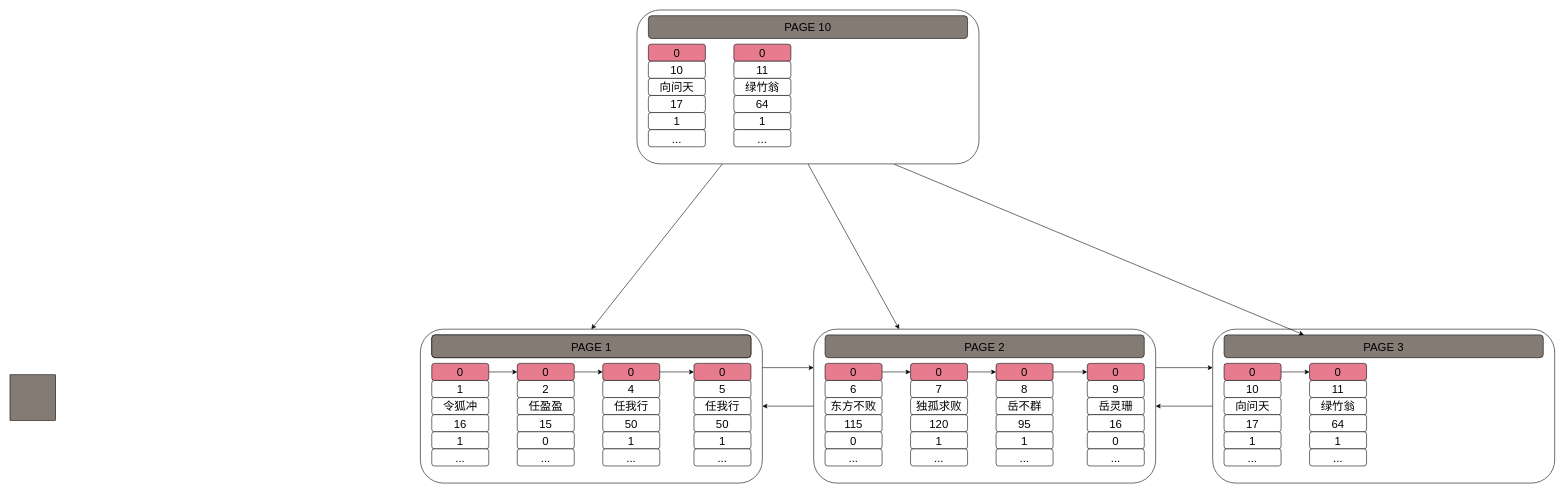
The draw.io diagram 未命名绘图.drawio in shenliuming/MySQLUML, before the edit. Source tidied: cells renumbered, new cells numbered last; positions are measured from the earlier drawing's top-left corner, leaving out a move shared by most shapes. Both pictures are drawn from the tidied source at 57%, with x=0, y=0 at pixel (10, 10).
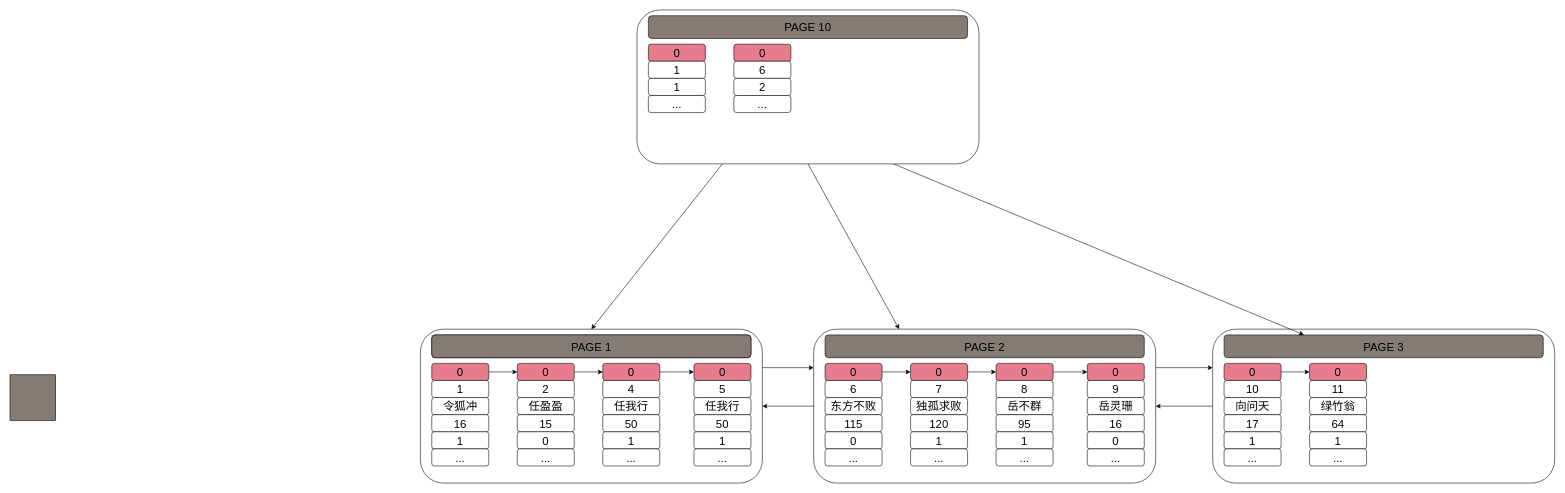
After the change.

Commit message (it also covers changes not shown here):
更新未命名绘图.drawio

Change to the diagram source:
```diff
@@
-    <mxCell id="86" value="10" style="rounded=1;whiteSpace=wrap;html=1;fontSize=20;" parent="1" vertex="1">
+    <mxCell id="86" value="1" style="rounded=1;whiteSpace=wrap;html=1;fontSize=20;" parent="1" vertex="1">
       <mxGeometry x="1120" y="90" width="100" height="30" as="geometry" />
     </mxCell>
-    <mxCell id="87" value="向问天" style="rounded=1;whiteSpace=wrap;html=1;fontSize=20;" parent="1" vertex="1">
+    <mxCell id="87" value="1" style="rounded=1;whiteSpace=wrap;html=1;fontSize=20;" parent="1" vertex="1">
       <mxGeometry x="1120" y="120" width="100" height="30" as="geometry" />
     </mxCell>
-    <mxCell id="88" value="17" style="rounded=1;whiteSpace=wrap;html=1;fontSize=20;" parent="1" vertex="1">
-      <mxGeometry x="1120" y="150" width="100" height="30" as="geometry" />
-    </mxCell>
-    <mxCell id="89" value="1" style="rounded=1;whiteSpace=wrap;html=1;fontSize=20;" parent="1" vertex="1">
-      <mxGeometry x="1120" y="180" width="100" height="30" as="geometry" />
-    </mxCell>
     <mxCell id="90" value="..." style="rounded=1;whiteSpace=wrap;html=1;fontSize=20;" parent="1" vertex="1">
-      <mxGeometry x="1120" y="210" width="100" height="30" as="geometry" />
+      <mxGeometry x="1120" y="150" width="100" height="30" as="geometry" />
     </mxCell>
@@
-    <mxCell id="92" value="11" style="rounded=1;whiteSpace=wrap;html=1;fontSize=20;" parent="1" vertex="1">
+    <mxCell id="92" value="6" style="rounded=1;whiteSpace=wrap;html=1;fontSize=20;" parent="1" vertex="1">
       <mxGeometry x="1270" y="90" width="100" height="30" as="geometry" />
     </mxCell>
-    <mxCell id="93" value="绿竹翁" style="rounded=1;whiteSpace=wrap;html=1;fontSize=20;" parent="1" vertex="1">
+    <mxCell id="93" value="2" style="rounded=1;whiteSpace=wrap;html=1;fontSize=20;" parent="1" vertex="1">
       <mxGeometry x="1270" y="120" width="100" height="30" as="geometry" />
     </mxCell>
-    <mxCell id="94" value="64" style="rounded=1;whiteSpace=wrap;html=1;fontSize=20;" parent="1" vertex="1">
-      <mxGeometry x="1270" y="150" width="100" height="30" as="geometry" />
-    </mxCell>
-    <mxCell id="95" value="1" style="rounded=1;whiteSpace=wrap;html=1;fontSize=20;" parent="1" vertex="1">
-      <mxGeometry x="1270" y="180" width="100" height="30" as="geometry" />
-    </mxCell>
     <mxCell id="96" value="..." style="rounded=1;whiteSpace=wrap;html=1;fontSize=20;" parent="1" vertex="1">
-      <mxGeometry x="1270" y="210" width="100" height="30" as="geometry" />
+      <mxGeometry x="1270" y="150" width="100" height="30" as="geometry" />
     </mxCell>
```
